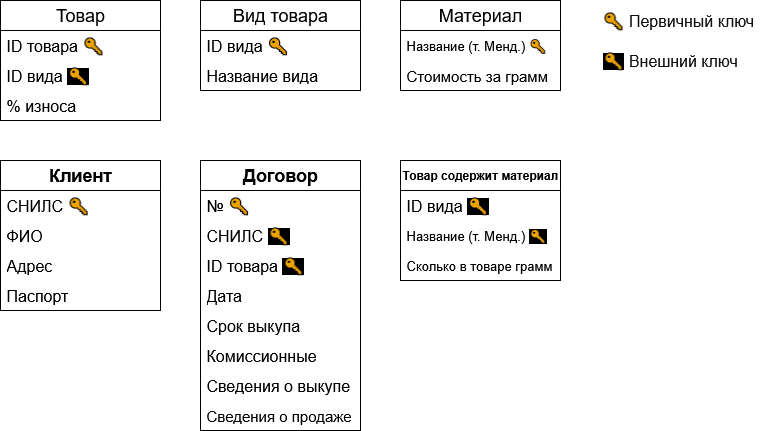
Before: Ломбард_Реляционная.drawio.png, a diagram exported from draw.io (staretc/Pawnshop_DB). Source tidied: cells renumbered, new cells last; positions are measured from the earlier drawing's top-left corner, leaving out a move shared by most shapes.
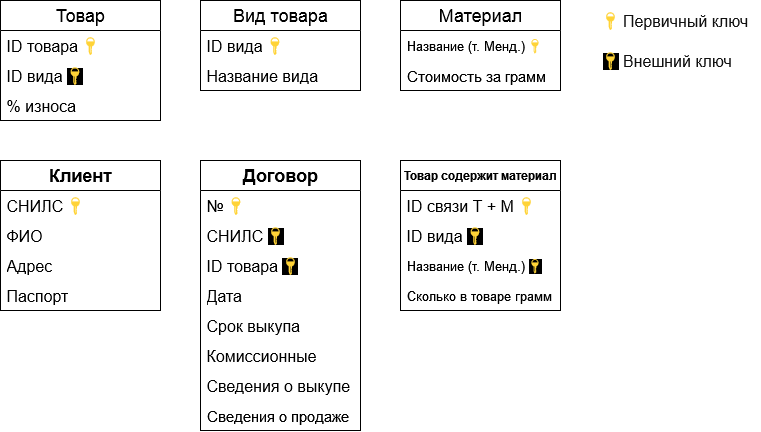
The same file after the commit.

The edit, as a diff of the source:
```diff
@@ -33,16 +33,19 @@
       <mxGeometry y="60" width="160" height="30" as="geometry" />
     </mxCell>
     <mxCell id="12" value="&lt;b&gt;&lt;font&gt;Товар содержит материал&lt;/font&gt;&lt;/b&gt;" style="swimlane;fontStyle=0;horizontal=1;startSize=30;whiteSpace=wrap;html=1;" parent="1" vertex="1">
-      <mxGeometry x="400" y="160" width="160" height="120" as="geometry" />
+      <mxGeometry x="400" y="160" width="160" height="150" as="geometry" />
     </mxCell>
+    <mxCell id="32" value="&lt;font style=&quot;font-size: 16px;&quot;&gt;ID связи Т + М &lt;span style=&quot;color: rgb(17, 17, 17); font-family: Arial, sans-serif; text-align: right;&quot;&gt;🔑&lt;/span&gt;&lt;/font&gt;" style="text;strokeColor=none;fillColor=none;align=left;verticalAlign=middle;spacingLeft=4;spacingRight=4;overflow=hidden;whiteSpace=wrap;html=1;" parent="12" vertex="1">
+      <mxGeometry y="30" width="160" height="30" as="geometry" />
+    </mxCell>
     <mxCell id="13" value="&lt;font style=&quot;font-size: 16px;&quot;&gt;ID вида &lt;span style=&quot;color: rgb(17, 17, 17); font-family: Arial, sans-serif; text-align: right; background-color: rgb(0, 0, 0);&quot;&gt;🔑&lt;/span&gt;&lt;/font&gt;" style="text;strokeColor=none;fillColor=none;align=left;verticalAlign=middle;spacingLeft=4;spacingRight=4;overflow=hidden;whiteSpace=wrap;html=1;" parent="12" vertex="1">
-      <mxGeometry y="30" width="160" height="30" as="geometry" />
+      <mxGeometry y="60" width="160" height="30" as="geometry" />
     </mxCell>
     <mxCell id="14" value="&lt;font style=&quot;font-size: 13px;&quot;&gt;&lt;font&gt;Название &lt;/font&gt;(т. Менд.)&amp;nbsp;&lt;span style=&quot;color: rgb(17, 17, 17); font-family: Arial, sans-serif; text-align: right; background-color: rgb(0, 0, 0);&quot;&gt;🔑&lt;/span&gt;&lt;/font&gt;" style="text;strokeColor=none;fillColor=none;align=left;verticalAlign=middle;spacingLeft=4;spacingRight=4;overflow=hidden;whiteSpace=wrap;html=1;" parent="12" vertex="1">
-      <mxGeometry y="60" width="160" height="30" as="geometry" />
+      <mxGeometry y="90" width="160" height="30" as="geometry" />
     </mxCell>
     <mxCell id="15" value="&lt;font style=&quot;font-size: 13px;&quot;&gt;Сколько в товаре грамм&lt;/font&gt;" style="text;strokeColor=none;fillColor=none;align=left;verticalAlign=middle;spacingLeft=4;spacingRight=4;overflow=hidden;whiteSpace=wrap;html=1;" parent="12" vertex="1">
-      <mxGeometry y="90" width="160" height="30" as="geometry" />
+      <mxGeometry y="120" width="160" height="30" as="geometry" />
     </mxCell>
     <mxCell id="16" value="&lt;font style=&quot;font-size: 18px;&quot;&gt;&lt;b&gt;Клиент&lt;/b&gt;&lt;/font&gt;" style="swimlane;fontStyle=0;horizontal=1;startSize=30;whiteSpace=wrap;html=1;" parent="1" vertex="1">
       <mxGeometry y="160" width="160" height="150" as="geometry" />
```
